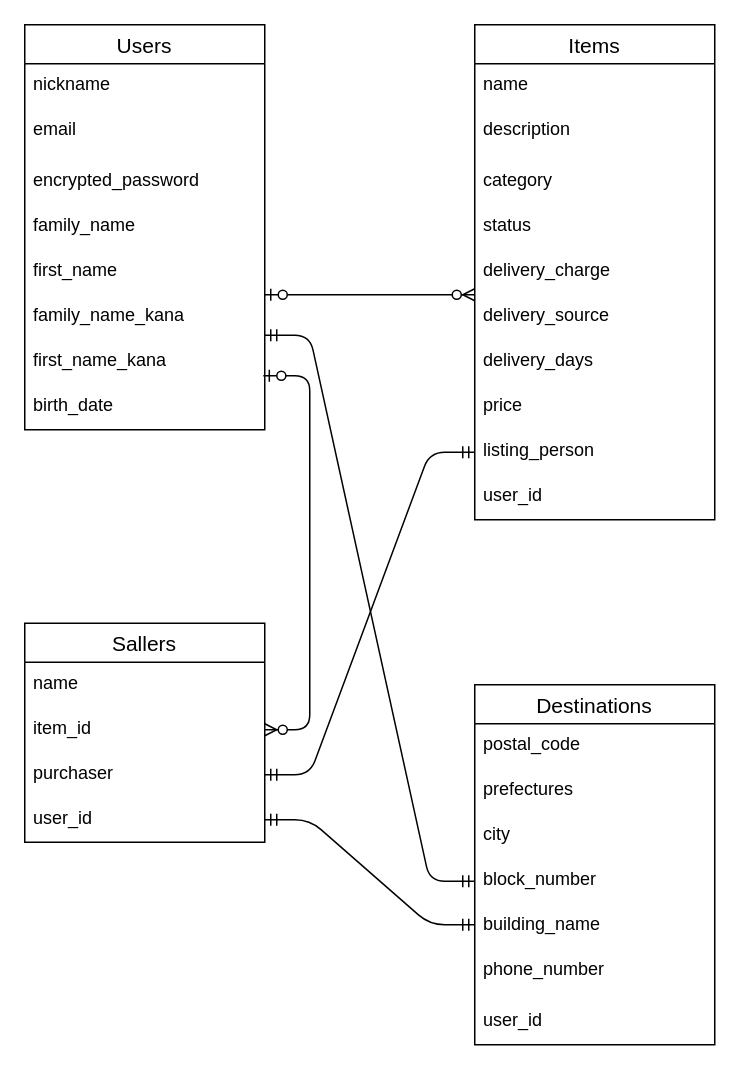
Earlier version of the draw.io diagram table.dio (tachaos/furima-36491). Source tidied: cells renumbered, new cells numbered last; positions are measured from the earlier drawing's top-left corner, leaving out a move shared by most shapes. Both pictures are drawn from the tidied source at 150%, with x=0, y=0 at pixel (24, 24).
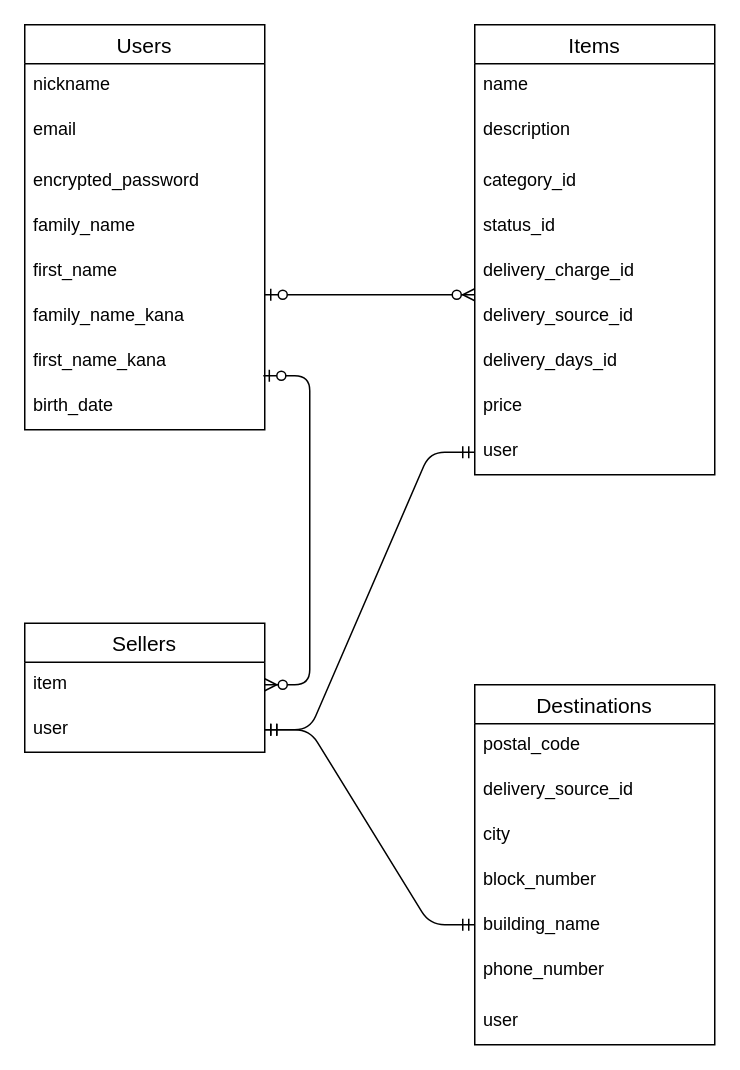
After the change.

Commit message (it also covers changes not shown here):
ER図・README修正

Unchanged cells that the change refers to:
```xml
<mxCell id="29" value="Destinations" style="swimlane;fontStyle=0;horizontal=1;startSize=26;align=center;fontSize=14;" parent="1" vertex="1">
  <mxGeometry x="300" y="440" width="160" height="240" as="geometry" />
</mxCell>
<mxCell id="33" value="block_number" style="text;strokeColor=none;fillColor=none;spacingLeft=4;spacingRight=4;overflow=hidden;points=[[0,0.5],[1,0.5]];portConstraint=eastwest;fontSize=12;" parent="29" vertex="1">
  <mxGeometry y="116" width="160" height="30" as="geometry" />
</mxCell>
```

What changed in the source:
```diff
@@
     <mxCell id="11" value="Items" style="swimlane;fontStyle=0;horizontal=1;startSize=26;align=center;fontSize=14;" parent="1" vertex="1">
-      <mxGeometry x="300" width="160" height="330" as="geometry" />
+      <mxGeometry x="300" width="160" height="300" as="geometry" />
     </mxCell>
@@
-    <mxCell id="14" value="category" style="text;strokeColor=none;fillColor=none;spacingLeft=4;spacingRight=4;overflow=hidden;fontSize=12;" parent="11" vertex="1">
+    <mxCell id="14" value="category_id" style="text;strokeColor=none;fillColor=none;spacingLeft=4;spacingRight=4;overflow=hidden;fontSize=12;" parent="11" vertex="1">
       <mxGeometry y="90" width="160" height="30" as="geometry" />
     </mxCell>
-    <mxCell id="15" value="status" style="text;strokeColor=none;fillColor=none;spacingLeft=4;spacingRight=4;overflow=hidden;fontSize=12;" parent="11" vertex="1">
+    <mxCell id="15" value="status_id" style="text;strokeColor=none;fillColor=none;spacingLeft=4;spacingRight=4;overflow=hidden;fontSize=12;" parent="11" vertex="1">
       <mxGeometry y="120" width="160" height="30" as="geometry" />
     </mxCell>
-    <mxCell id="16" value="delivery_charge" style="text;strokeColor=none;fillColor=none;spacingLeft=4;spacingRight=4;overflow=hidden;points=[[0,0.5],[1,0.5]];portConstraint=eastwest;fontSize=12;" parent="11" vertex="1">
+    <mxCell id="16" value="delivery_charge_id" style="text;strokeColor=none;fillColor=none;spacingLeft=4;spacingRight=4;overflow=hidden;points=[[0,0.5],[1,0.5]];portConstraint=eastwest;fontSize=12;" parent="11" vertex="1">
       <mxGeometry y="150" width="160" height="30" as="geometry" />
     </mxCell>
-    <mxCell id="17" value="delivery_source" style="text;strokeColor=none;fillColor=none;spacingLeft=4;spacingRight=4;overflow=hidden;fontSize=12;" parent="11" vertex="1">
+    <mxCell id="17" value="delivery_source_id" style="text;strokeColor=none;fillColor=none;spacingLeft=4;spacingRight=4;overflow=hidden;fontSize=12;" parent="11" vertex="1">
       <mxGeometry y="180" width="160" height="30" as="geometry" />
     </mxCell>
-    <mxCell id="18" value="delivery_days" style="text;strokeColor=none;fillColor=none;spacingLeft=4;spacingRight=4;overflow=hidden;fontSize=12;" parent="11" vertex="1">
+    <mxCell id="18" value="delivery_days_id" style="text;strokeColor=none;fillColor=none;spacingLeft=4;spacingRight=4;overflow=hidden;fontSize=12;" parent="11" vertex="1">
       <mxGeometry y="210" width="160" height="30" as="geometry" />
     </mxCell>
@@
-    <mxCell id="20" value="listing_person" style="text;strokeColor=none;fillColor=none;spacingLeft=4;spacingRight=4;overflow=hidden;fontSize=12;" parent="11" vertex="1">
-      <mxGeometry y="270" width="160" height="30" as="geometry" />
-    </mxCell>
-    <mxCell id="21" value="user_id" style="text;strokeColor=none;fillColor=none;spacingLeft=4;spacingRight=4;overflow=hidden;fontSize=12;" parent="11" vertex="1">
-      <mxGeometry y="300" width="160" height="30" as="geometry" />
+    <mxCell id="21" value="user" style="text;strokeColor=none;fillColor=none;spacingLeft=4;spacingRight=4;overflow=hidden;fontSize=12;" parent="11" vertex="1">
+      <mxGeometry y="270" width="160" height="30" as="geometry" />
     </mxCell>
@@
-    <mxCell id="23" value="Sallers" style="swimlane;fontStyle=0;horizontal=1;startSize=26;align=center;fontSize=14;" parent="1" vertex="1">
-      <mxGeometry y="399" width="160" height="146" as="geometry" />
+    <mxCell id="23" value="Sellers" style="swimlane;fontStyle=0;horizontal=1;startSize=26;align=center;fontSize=14;" parent="1" vertex="1">
+      <mxGeometry y="399" width="160" height="86" as="geometry" />
     </mxCell>
-    <mxCell id="24" value="name" style="text;strokeColor=none;fillColor=none;spacingLeft=4;spacingRight=4;overflow=hidden;fontSize=12;" parent="23" vertex="1">
-      <mxGeometry y="26" width="160" height="30" as="geometry" />
-    </mxCell>
-    <mxCell id="25" value="item_id" style="text;strokeColor=none;fillColor=none;spacingLeft=4;spacingRight=4;overflow=hidden;points=[[0,0.5],[1,0.5]];portConstraint=eastwest;fontSize=12;" parent="23" vertex="1">
-      <mxGeometry y="56" width="160" height="30" as="geometry" />
+    <mxCell id="25" value="item" style="text;strokeColor=none;fillColor=none;spacingLeft=4;spacingRight=4;overflow=hidden;points=[[0,0.5],[1,0.5]];portConstraint=eastwest;fontSize=12;" parent="23" vertex="1">
+      <mxGeometry y="26" width="160" height="30" as="geometry" />
     </mxCell>
-    <mxCell id="26" value="purchaser" style="text;strokeColor=none;fillColor=none;spacingLeft=4;spacingRight=4;overflow=hidden;points=[[0,0.5],[1,0.5]];portConstraint=eastwest;fontSize=12;" parent="23" vertex="1">
-      <mxGeometry y="86" width="160" height="30" as="geometry" />
-    </mxCell>
-    <mxCell id="27" value="user_id" style="text;strokeColor=none;fillColor=none;spacingLeft=4;spacingRight=4;overflow=hidden;points=[[0,0.5],[1,0.5]];portConstraint=eastwest;fontSize=12;" parent="23" vertex="1">
-      <mxGeometry y="116" width="160" height="30" as="geometry" />
+    <mxCell id="27" value="user" style="text;strokeColor=none;fillColor=none;spacingLeft=4;spacingRight=4;overflow=hidden;points=[[0,0.5],[1,0.5]];portConstraint=eastwest;fontSize=12;" parent="23" vertex="1">
+      <mxGeometry y="56" width="160" height="30" as="geometry" />
     </mxCell>
@@
-    <mxCell id="31" value="prefectures" style="text;strokeColor=none;fillColor=none;spacingLeft=4;spacingRight=4;overflow=hidden;fontSize=12;" parent="29" vertex="1">
+    <mxCell id="31" value="delivery_source_id" style="text;strokeColor=none;fillColor=none;spacingLeft=4;spacingRight=4;overflow=hidden;fontSize=12;" parent="29" vertex="1">
       <mxGeometry y="56" width="160" height="30" as="geometry" />
     </mxCell>
@@
-    <mxCell id="36" value="user_id" style="text;strokeColor=none;fillColor=none;spacingLeft=4;spacingRight=4;overflow=hidden;fontSize=12;" parent="29" vertex="1">
+    <mxCell id="36" value="user" style="text;strokeColor=none;fillColor=none;spacingLeft=4;spacingRight=4;overflow=hidden;fontSize=12;" parent="29" vertex="1">
       <mxGeometry y="210" width="160" height="30" as="geometry" />
     </mxCell>
-    <mxCell id="37" style="edgeStyle=entityRelationEdgeStyle;fontSize=12;html=1;endArrow=ERmandOne;startArrow=ERmandOne;entryX=0;entryY=0.5;entryDx=0;entryDy=0;" parent="1" edge="1" target="33">
-      <mxGeometry relative="1" as="geometry">
-        <mxPoint x="160" y="207" as="sourcePoint" />
-      </mxGeometry>
-    </mxCell>
@@
-    <mxCell id="39" style="edgeStyle=entityRelationEdgeStyle;fontSize=12;html=1;endArrow=ERmandOne;startArrow=ERmandOne;entryX=0;entryY=0.5;entryDx=0;entryDy=0;exitX=1;exitY=0.5;exitDx=0;exitDy=0;" parent="1" edge="1" source="26">
+    <mxCell id="39" style="edgeStyle=entityRelationEdgeStyle;fontSize=12;html=1;endArrow=ERmandOne;startArrow=ERmandOne;entryX=0;entryY=0.5;entryDx=0;entryDy=0;exitX=1;exitY=0.5;exitDx=0;exitDy=0;" parent="1" edge="1">
       <mxGeometry relative="1" as="geometry">
+        <mxPoint x="160" y="470" as="sourcePoint" />
         <mxPoint x="300" y="285" as="targetPoint" />
       </mxGeometry>
     </mxCell>
```
